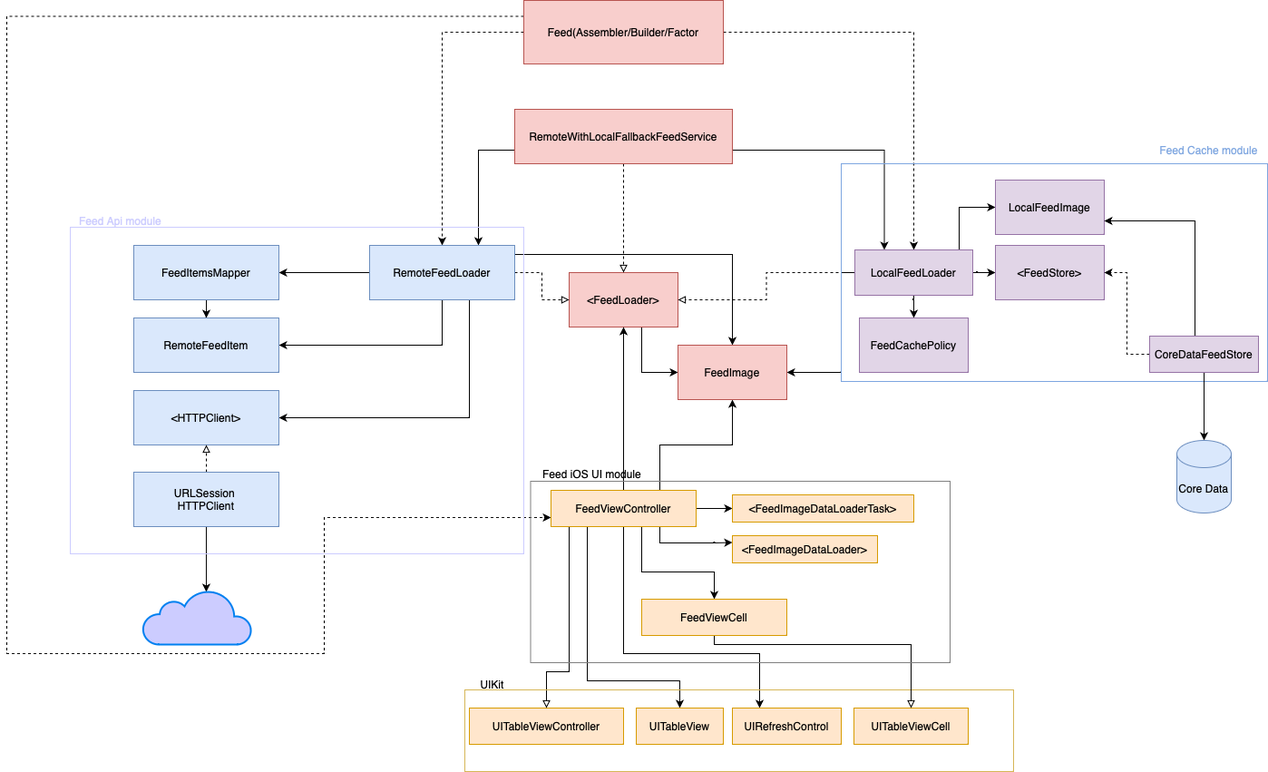
Earlier version of the draw.io export Diagrams/Feed Module+MVC UI Diagram.drawio.png (Galih94/EssentialFeed). Source tidied: cells renumbered, new cells last; positions are measured from the earlier drawing's top-left corner, leaving out a move shared by most shapes.
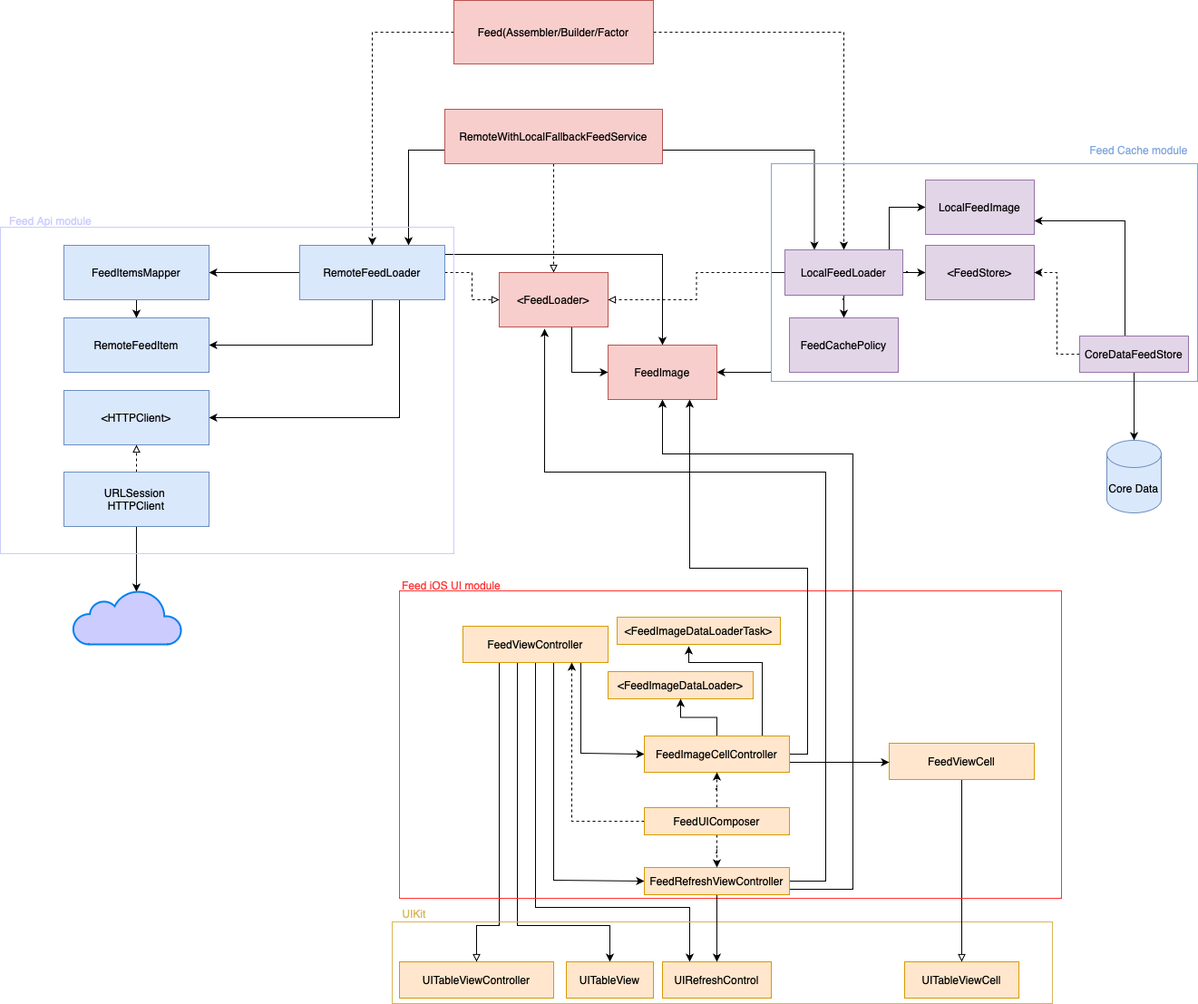
Later version of the same file.

Commit message:
feat(diagram): update diagrams

Change to the diagram source:
```diff
@@ -18,16 +18,6 @@
     <mxCell id="5" style="edgeStyle=orthogonalEdgeStyle;rounded=0;jettySize=auto;html=1;dashed=1;" parent="1" edge="1" source="7" target="23">
       <mxGeometry relative="1" as="geometry" />
     </mxCell>
-    <mxCell id="6" style="edgeStyle=orthogonalEdgeStyle;rounded=0;jettySize=auto;html=1;entryX=0;entryY=0.75;entryDx=0;entryDy=0;dashed=1;exitX=0;exitY=0.25;exitDx=0;exitDy=0;" parent="1" edge="1" source="7" target="33">
-      <mxGeometry relative="1" as="geometry">
-        <Array as="points">
-          <mxPoint y="18" />
-          <mxPoint y="720" />
-          <mxPoint x="350" y="720" />
-          <mxPoint x="350" y="570" />
-        </Array>
-      </mxGeometry>
-    </mxCell>
     <mxCell id="7" value="Feed(Assembler/Builder/Factor" style="rounded=0;whiteSpace=wrap;html=1;fillColor=#f8cecc;strokeColor=#b85450;" parent="1" vertex="1">
       <mxGeometry x="570" width="220" height="70" as="geometry" />
     </mxCell>
@@ -105,59 +95,48 @@
       <mxGeometry x="935" y="275" width="130" height="50" as="geometry" />
     </mxCell>
     <mxCell id="24" value="UITableViewController" style="rounded=0;whiteSpace=wrap;html=1;fillColor=#ffe6cc;strokeColor=#d79b00;" parent="1" vertex="1">
-      <mxGeometry x="510" y="780" width="170" height="40" as="geometry" />
+      <mxGeometry x="510" y="1060" width="170" height="40" as="geometry" />
     </mxCell>
     <mxCell id="25" style="edgeStyle=orthogonalEdgeStyle;rounded=0;jettySize=auto;html=1;entryX=0.5;entryY=0;entryDx=0;entryDy=0;endArrow=block;endFill=0;" parent="1" edge="1" source="33" target="24">
       <mxGeometry relative="1" as="geometry">
         <Array as="points">
-          <mxPoint x="620" y="740" />
-          <mxPoint x="595" y="740" />
+          <mxPoint x="620" y="1020" />
+          <mxPoint x="595" y="1020" />
         </Array>
       </mxGeometry>
     </mxCell>
-    <mxCell id="26" style="edgeStyle=orthogonalEdgeStyle;rounded=0;jettySize=auto;html=1;entryX=0.5;entryY=1;entryDx=0;entryDy=0;" parent="1" edge="1" source="33" target="3">
-      <mxGeometry relative="1" as="geometry" />
-    </mxCell>
-    <mxCell id="27" style="edgeStyle=orthogonalEdgeStyle;rounded=0;jettySize=auto;html=1;entryX=0.25;entryY=0;entryDx=0;entryDy=0;" parent="1" edge="1" source="33" target="55">
+    <mxCell id="27" style="edgeStyle=orthogonalEdgeStyle;rounded=0;jettySize=auto;html=1;entryX=0.25;entryY=0;entryDx=0;entryDy=0;exitX=0.5;exitY=1;exitDx=0;exitDy=0;" parent="1" edge="1" source="33" target="55">
       <mxGeometry relative="1" as="geometry">
         <Array as="points">
-          <mxPoint x="680" y="720" />
-          <mxPoint x="830" y="720" />
+          <mxPoint x="660" y="1000" />
+          <mxPoint x="830" y="1000" />
         </Array>
       </mxGeometry>
     </mxCell>
-    <mxCell id="28" style="edgeStyle=orthogonalEdgeStyle;rounded=0;jettySize=auto;html=1;exitX=0.75;exitY=0;exitDx=0;exitDy=0;" parent="1" edge="1" source="33" target="47">
-      <mxGeometry relative="1" as="geometry" />
-    </mxCell>
     <mxCell id="29" style="edgeStyle=orthogonalEdgeStyle;rounded=0;jettySize=auto;html=1;" parent="1" edge="1" source="33" target="59">
       <mxGeometry relative="1" as="geometry">
         <Array as="points">
-          <mxPoint x="640" y="750" />
-          <mxPoint x="742" y="750" />
+          <mxPoint x="640" y="1020" />
+          <mxPoint x="742" y="1020" />
         </Array>
       </mxGeometry>
     </mxCell>
-    <mxCell id="30" style="edgeStyle=orthogonalEdgeStyle;rounded=0;jettySize=auto;html=1;" parent="1" edge="1" source="33" target="62">
-      <mxGeometry relative="1" as="geometry">
-        <Array as="points">
-          <mxPoint x="700" y="630" />
-          <mxPoint x="780" y="630" />
-        </Array>
-      </mxGeometry>
-    </mxCell>
-    <mxCell id="31" style="edgeStyle=orthogonalEdgeStyle;rounded=0;jettySize=auto;html=1;entryX=0;entryY=0.25;entryDx=0;entryDy=0;" parent="1" edge="1" source="33" target="63">
-      <mxGeometry relative="1" as="geometry">
-        <Array as="points">
-          <mxPoint x="720" y="598" />
-          <mxPoint x="780" y="598" />
-        </Array>
-      </mxGeometry>
-    </mxCell>
-    <mxCell id="32" style="edgeStyle=orthogonalEdgeStyle;rounded=0;jettySize=auto;html=1;" parent="1" edge="1" source="33" target="64">
-      <mxGeometry relative="1" as="geometry" />
-    </mxCell>
+    <mxCell id="66" style="edgeStyle=orthogonalEdgeStyle;rounded=0;jettySize=auto;html=1;entryX=0;entryY=0.5;entryDx=0;entryDy=0;" parent="1" edge="1" source="33" target="72">
+      <mxGeometry relative="1" as="geometry">
+        <Array as="points">
+          <mxPoint x="710" y="830" />
+        </Array>
+      </mxGeometry>
+    </mxCell>
+    <mxCell id="67" style="edgeStyle=orthogonalEdgeStyle;rounded=0;jettySize=auto;html=1;entryX=0;entryY=0.5;entryDx=0;entryDy=0;" parent="1" edge="1" source="33" target="76">
+      <mxGeometry relative="1" as="geometry">
+        <Array as="points">
+          <mxPoint x="680" y="970" />
+        </Array>
+      </mxGeometry>
+    </mxCell>
     <mxCell id="33" value="FeedViewController" style="rounded=0;whiteSpace=wrap;html=1;fillColor=#ffe6cc;strokeColor=#d79b00;" parent="1" vertex="1">
-      <mxGeometry x="600" y="540" width="160" height="40" as="geometry" />
+      <mxGeometry x="580" y="690" width="160" height="40" as="geometry" />
     </mxCell>
     <mxCell id="34" value="&amp;lt;HTTPClient&amp;gt;" style="rounded=0;whiteSpace=wrap;html=1;fillColor=#dae8fc;strokeColor=#6c8ebf;" parent="1" vertex="1">
       <mxGeometry x="140" y="430" width="160" height="60" as="geometry" />
@@ -227,42 +206,108 @@
       <mxGeometry x="1290" y="485" width="60" height="80" as="geometry" />
     </mxCell>
     <mxCell id="55" value="UIRefreshControl" style="rounded=0;whiteSpace=wrap;html=1;fillColor=#ffe6cc;strokeColor=#d79b00;" parent="1" vertex="1">
-      <mxGeometry x="800" y="780" width="120" height="40" as="geometry" />
+      <mxGeometry x="800" y="1060" width="120" height="40" as="geometry" />
     </mxCell>
-    <mxCell id="56" value="Feed iOS UI module" style="text;html=1;align=center;verticalAlign=middle;strokeColor=none;fillColor=none;" parent="1" vertex="1">
-      <mxGeometry x="580" y="507" width="130" height="30" as="geometry" />
+    <mxCell id="56" value="Feed iOS UI module" style="text;html=1;align=center;verticalAlign=middle;strokeColor=none;fillColor=none;fontColor=#FF3333;" parent="1" vertex="1">
+      <mxGeometry x="502" y="630" width="130" height="30" as="geometry" />
     </mxCell>
-    <mxCell id="57" value="UIKit" style="text;html=1;align=center;verticalAlign=middle;strokeColor=none;fillColor=none;" parent="1" vertex="1">
-      <mxGeometry x="510" y="739" width="50" height="30" as="geometry" />
+    <mxCell id="57" value="UIKit" style="text;html=1;align=center;verticalAlign=middle;strokeColor=none;fillColor=none;fontColor=#D6B656;" parent="1" vertex="1">
+      <mxGeometry x="501" y="992" width="50" height="30" as="geometry" />
     </mxCell>
     <mxCell id="58" style="rounded=0;whiteSpace=wrap;html=1;fillColor=none;strokeColor=#D6B656;" parent="1" vertex="1">
-      <mxGeometry x="505" y="760" width="605" height="90" as="geometry" />
+      <mxGeometry x="502" y="1016" width="728" height="90" as="geometry" />
     </mxCell>
     <mxCell id="59" value="UITableView&lt;br&gt;" style="rounded=0;whiteSpace=wrap;html=1;fillColor=#ffe6cc;strokeColor=#d79b00;" parent="1" vertex="1">
-      <mxGeometry x="694" y="780" width="96" height="40" as="geometry" />
+      <mxGeometry x="694" y="1060" width="96" height="40" as="geometry" />
     </mxCell>
     <mxCell id="60" value="UITableViewCell&lt;br&gt;" style="rounded=0;whiteSpace=wrap;html=1;fillColor=#ffe6cc;strokeColor=#d79b00;" parent="1" vertex="1">
-      <mxGeometry x="934" y="780" width="126" height="40" as="geometry" />
+      <mxGeometry x="1067" y="1060" width="126" height="40" as="geometry" />
     </mxCell>
-    <mxCell id="61" style="edgeStyle=orthogonalEdgeStyle;rounded=0;jettySize=auto;html=1;endArrow=block;endFill=0;" parent="1" edge="1" source="62" target="60">
+    <mxCell id="61" style="edgeStyle=orthogonalEdgeStyle;rounded=0;jettySize=auto;html=1;endArrow=block;endFill=0;exitX=0.5;exitY=1;exitDx=0;exitDy=0;entryX=0.5;entryY=0;entryDx=0;entryDy=0;" parent="1" edge="1" source="62" target="60">
       <mxGeometry relative="1" as="geometry">
         <Array as="points">
-          <mxPoint x="780" y="710" />
-          <mxPoint x="997" y="710" />
+          <mxPoint x="1130" y="1060" />
         </Array>
       </mxGeometry>
     </mxCell>
     <mxCell id="62" value="FeedViewCell&lt;br&gt;" style="rounded=0;whiteSpace=wrap;html=1;fillColor=#ffe6cc;strokeColor=#d79b00;" parent="1" vertex="1">
-      <mxGeometry x="700" y="660" width="160" height="40" as="geometry" />
+      <mxGeometry x="1050" y="819" width="160" height="40" as="geometry" />
     </mxCell>
     <mxCell id="63" value="&amp;lt;FeedImageDataLoader&amp;gt;" style="rounded=0;whiteSpace=wrap;html=1;fillColor=#ffe6cc;strokeColor=#d79b00;" parent="1" vertex="1">
-      <mxGeometry x="800" y="590" width="160" height="30" as="geometry" />
+      <mxGeometry x="740" y="740" width="160" height="30" as="geometry" />
     </mxCell>
     <mxCell id="64" value="&amp;lt;FeedImageDataLoaderTask&amp;gt;" style="rounded=0;whiteSpace=wrap;html=1;fillColor=#ffe6cc;strokeColor=#d79b00;" parent="1" vertex="1">
-      <mxGeometry x="800" y="545" width="200" height="30" as="geometry" />
+      <mxGeometry x="750" y="680" width="180" height="30" as="geometry" />
     </mxCell>
-    <mxCell id="65" style="rounded=0;whiteSpace=wrap;html=1;fillColor=none;strokeColor=#808080;" parent="1" vertex="1">
-      <mxGeometry x="577.5" y="530" width="462.5" height="200" as="geometry" />
+    <mxCell id="65" style="rounded=0;whiteSpace=wrap;html=1;fillColor=none;strokeColor=#FF3333;" parent="1" vertex="1">
+      <mxGeometry x="510" y="651" width="730" height="339" as="geometry" />
     </mxCell>
+    <mxCell id="68" style="edgeStyle=orthogonalEdgeStyle;rounded=0;jettySize=auto;html=1;" parent="1" edge="1" source="72" target="62">
+      <mxGeometry relative="1" as="geometry">
+        <Array as="points">
+          <mxPoint x="1010" y="840" />
+          <mxPoint x="1010" y="840" />
+        </Array>
+      </mxGeometry>
+    </mxCell>
+    <mxCell id="69" style="edgeStyle=orthogonalEdgeStyle;rounded=0;jettySize=auto;html=1;" parent="1" edge="1" source="72" target="63">
+      <mxGeometry relative="1" as="geometry" />
+    </mxCell>
+    <mxCell id="70" style="edgeStyle=orthogonalEdgeStyle;rounded=0;jettySize=auto;html=1;entryX=0.439;entryY=1.067;entryDx=0;entryDy=0;entryPerimeter=0;" parent="1" edge="1" source="72" target="64">
+      <mxGeometry relative="1" as="geometry">
+        <Array as="points">
+          <mxPoint x="910" y="730" />
+          <mxPoint x="829" y="730" />
+        </Array>
+      </mxGeometry>
+    </mxCell>
+    <mxCell id="71" style="edgeStyle=orthogonalEdgeStyle;rounded=0;jettySize=auto;html=1;" parent="1" edge="1" source="72" target="47">
+      <mxGeometry relative="1" as="geometry">
+        <Array as="points">
+          <mxPoint x="960" y="831" />
+          <mxPoint x="960" y="626" />
+          <mxPoint x="830" y="626" />
+        </Array>
+      </mxGeometry>
+    </mxCell>
+    <mxCell id="72" value="FeedImageCellController" style="rounded=0;whiteSpace=wrap;html=1;fillColor=#ffe6cc;strokeColor=#d79b00;" parent="1" vertex="1">
+      <mxGeometry x="780" y="811" width="160" height="40" as="geometry" />
+    </mxCell>
+    <mxCell id="73" style="edgeStyle=orthogonalEdgeStyle;rounded=0;jettySize=auto;html=1;" parent="1" edge="1" source="76" target="55">
+      <mxGeometry relative="1" as="geometry" />
+    </mxCell>
+    <mxCell id="74" style="edgeStyle=orthogonalEdgeStyle;rounded=0;jettySize=auto;html=1;entryX=0.417;entryY=1.033;entryDx=0;entryDy=0;entryPerimeter=0;" parent="1" edge="1" source="76" target="3">
+      <mxGeometry relative="1" as="geometry">
+        <Array as="points">
+          <mxPoint x="980" y="971" />
+          <mxPoint x="980" y="520" />
+          <mxPoint x="670" y="520" />
+        </Array>
+      </mxGeometry>
+    </mxCell>
+    <mxCell id="75" style="edgeStyle=orthogonalEdgeStyle;rounded=0;jettySize=auto;html=1;" parent="1" edge="1" source="76" target="47">
+      <mxGeometry relative="1" as="geometry">
+        <Array as="points">
+          <mxPoint x="1010" y="980" />
+          <mxPoint x="1010" y="500" />
+          <mxPoint x="800" y="500" />
+        </Array>
+      </mxGeometry>
+    </mxCell>
+    <mxCell id="76" value="FeedRefreshViewController" style="rounded=0;whiteSpace=wrap;html=1;fillColor=#ffe6cc;strokeColor=#d79b00;" parent="1" vertex="1">
+      <mxGeometry x="780" y="956" width="160" height="30" as="geometry" />
+    </mxCell>
+    <mxCell id="77" style="edgeStyle=orthogonalEdgeStyle;rounded=0;jettySize=auto;html=1;dashed=1;" parent="1" edge="1" source="80" target="76">
+      <mxGeometry relative="1" as="geometry" />
+    </mxCell>
+    <mxCell id="78" style="edgeStyle=orthogonalEdgeStyle;rounded=0;jettySize=auto;html=1;entryX=0.75;entryY=1;entryDx=0;entryDy=0;dashed=1;" parent="1" edge="1" source="80" target="33">
+      <mxGeometry relative="1" as="geometry" />
+    </mxCell>
+    <mxCell id="79" style="edgeStyle=orthogonalEdgeStyle;rounded=0;jettySize=auto;html=1;dashed=1;" parent="1" edge="1" source="80" target="72">
+      <mxGeometry relative="1" as="geometry" />
+    </mxCell>
+    <mxCell id="80" value="FeedUIComposer" style="rounded=0;whiteSpace=wrap;html=1;fillColor=#ffe6cc;strokeColor=#d79b00;" parent="1" vertex="1">
+      <mxGeometry x="780" y="890" width="160" height="30" as="geometry" />
+    </mxCell>
   </root>
 </mxGraphModel>
```
